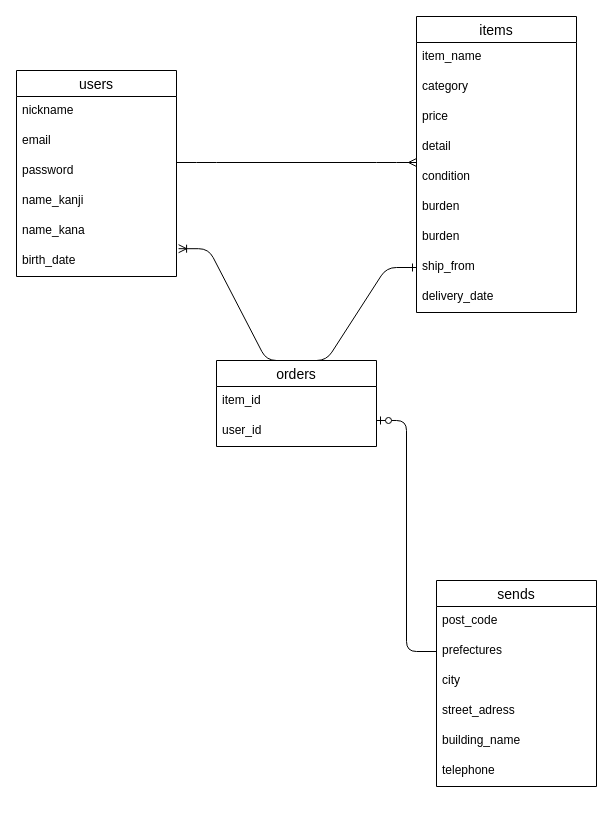
Before: er.dio in kamonaoki/furima-41005, a draw.io diagram. Source tidied: cells renumbered, new cells numbered last; positions are measured from the earlier drawing's top-left corner, leaving out a move shared by most shapes. Both pictures are drawn from the tidied source at 100%, with x=0, y=0 at pixel (16, 16).
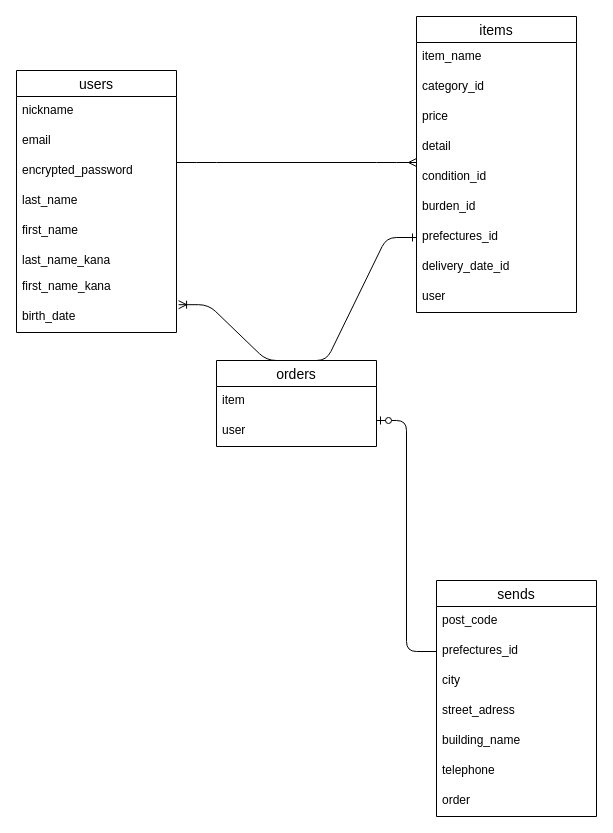
After the change.

The change refers to these unchanged cells:
```xml
<mxCell id="9" value="items" style="swimlane;fontStyle=0;horizontal=1;startSize=26;align=center;fontSize=14;" parent="1" vertex="1">
  <mxGeometry x="400" width="160" height="296" as="geometry" />
</mxCell>
<mxCell id="19" value="orders" style="swimlane;fontStyle=0;horizontal=1;startSize=26;align=center;fontSize=14;" parent="1" vertex="1">
  <mxGeometry x="200" y="344" width="160" height="86" as="geometry" />
</mxCell>
```

What changed in the source:
```diff
@@
     <mxCell id="2" value="users" style="swimlane;fontStyle=0;horizontal=1;startSize=26;align=center;fontSize=14;" parent="1" vertex="1">
-      <mxGeometry y="54" width="160" height="206" as="geometry" />
+      <mxGeometry y="54" width="160" height="262" as="geometry" />
     </mxCell>
@@
-    <mxCell id="5" value="password" style="text;strokeColor=none;fillColor=none;spacingLeft=4;spacingRight=4;overflow=hidden;fontSize=12;" parent="2" vertex="1">
+    <mxCell id="5" value="encrypted_password" style="text;strokeColor=none;fillColor=none;spacingLeft=4;spacingRight=4;overflow=hidden;fontSize=12;" parent="2" vertex="1">
       <mxGeometry y="86" width="160" height="30" as="geometry" />
     </mxCell>
+    <mxCell id="33" value="last_name" style="text;strokeColor=none;fillColor=none;spacingLeft=4;spacingRight=4;overflow=hidden;fontSize=12;" parent="2" vertex="1">
+      <mxGeometry y="116" width="160" height="30" as="geometry" />
+    </mxCell>
+    <mxCell id="34" value="first_name" style="text;strokeColor=none;fillColor=none;spacingLeft=4;spacingRight=4;overflow=hidden;fontSize=12;" parent="2" vertex="1">
+      <mxGeometry y="146" width="160" height="30" as="geometry" />
+    </mxCell>
-    <mxCell id="6" value="name_kanji" style="text;strokeColor=none;fillColor=none;spacingLeft=4;spacingRight=4;overflow=hidden;fontSize=12;" parent="2" vertex="1">
-      <mxGeometry y="116" width="160" height="30" as="geometry" />
+    <mxCell id="6" value="last_name_kana" style="text;strokeColor=none;fillColor=none;spacingLeft=4;spacingRight=4;overflow=hidden;fontSize=12;" parent="2" vertex="1">
+      <mxGeometry y="176" width="160" height="26" as="geometry" />
     </mxCell>
-    <mxCell id="7" value="name_kana" style="text;strokeColor=none;fillColor=none;spacingLeft=4;spacingRight=4;overflow=hidden;fontSize=12;" parent="2" vertex="1">
-      <mxGeometry y="146" width="160" height="30" as="geometry" />
+    <mxCell id="7" value="first_name_kana" style="text;strokeColor=none;fillColor=none;spacingLeft=4;spacingRight=4;overflow=hidden;fontSize=12;" parent="2" vertex="1">
+      <mxGeometry y="202" width="160" height="30" as="geometry" />
     </mxCell>
     <mxCell id="8" value="birth_date" style="text;strokeColor=none;fillColor=none;spacingLeft=4;spacingRight=4;overflow=hidden;points=[[0,0.5],[1,0.5]];portConstraint=eastwest;fontSize=12;" parent="2" vertex="1">
-      <mxGeometry y="176" width="160" height="30" as="geometry" />
+      <mxGeometry y="232" width="160" height="30" as="geometry" />
     </mxCell>
@@
-    <mxCell id="11" value="category" style="text;strokeColor=none;fillColor=none;spacingLeft=4;spacingRight=4;overflow=hidden;fontSize=12;" parent="9" vertex="1">
+    <mxCell id="11" value="category_id" style="text;strokeColor=none;fillColor=none;spacingLeft=4;spacingRight=4;overflow=hidden;fontSize=12;" parent="9" vertex="1">
       <mxGeometry y="56" width="160" height="30" as="geometry" />
     </mxCell>
@@
-    <mxCell id="14" value="condition" style="text;strokeColor=none;fillColor=none;spacingLeft=4;spacingRight=4;overflow=hidden;points=[[0,0.5],[1,0.5]];portConstraint=eastwest;fontSize=12;" parent="9" vertex="1">
+    <mxCell id="14" value="condition_id" style="text;strokeColor=none;fillColor=none;spacingLeft=4;spacingRight=4;overflow=hidden;points=[[0,0.5],[1,0.5]];portConstraint=eastwest;fontSize=12;" parent="9" vertex="1">
       <mxGeometry y="146" width="160" height="30" as="geometry" />
     </mxCell>
-    <mxCell id="15" value="burden" style="text;strokeColor=none;fillColor=none;spacingLeft=4;spacingRight=4;overflow=hidden;fontSize=12;" parent="9" vertex="1">
-      <mxGeometry y="176" width="160" height="30" as="geometry" />
-    </mxCell>
-    <mxCell id="16" value="burden" style="text;strokeColor=none;fillColor=none;spacingLeft=4;spacingRight=4;overflow=hidden;fontSize=12;" parent="9" vertex="1">
-      <mxGeometry y="206" width="160" height="30" as="geometry" />
+    <mxCell id="16" value="burden_id" style="text;strokeColor=none;fillColor=none;spacingLeft=4;spacingRight=4;overflow=hidden;fontSize=12;" parent="9" vertex="1">
+      <mxGeometry y="176" width="160" height="30" as="geometry" />
     </mxCell>
-    <mxCell id="17" value="ship_from" style="text;strokeColor=none;fillColor=none;spacingLeft=4;spacingRight=4;overflow=hidden;points=[[0,0.5],[1,0.5]];portConstraint=eastwest;fontSize=12;" parent="9" vertex="1">
-      <mxGeometry y="236" width="160" height="30" as="geometry" />
+    <mxCell id="17" value="prefectures_id" style="text;strokeColor=none;fillColor=none;spacingLeft=4;spacingRight=4;overflow=hidden;points=[[0,0.5],[1,0.5]];portConstraint=eastwest;fontSize=12;" parent="9" vertex="1">
+      <mxGeometry y="206" width="160" height="30" as="geometry" />
     </mxCell>
-    <mxCell id="18" value="delivery_date" style="text;strokeColor=none;fillColor=none;spacingLeft=4;spacingRight=4;overflow=hidden;fontSize=12;" parent="9" vertex="1">
-      <mxGeometry y="266" width="160" height="30" as="geometry" />
+    <mxCell id="18" value="delivery_date_id" style="text;strokeColor=none;fillColor=none;spacingLeft=4;spacingRight=4;overflow=hidden;fontSize=12;" parent="9" vertex="1">
+      <mxGeometry y="236" width="160" height="30" as="geometry" />
     </mxCell>
+    <mxCell id="15" value="user" style="text;strokeColor=none;fillColor=none;spacingLeft=4;spacingRight=4;overflow=hidden;fontSize=12;" parent="9" vertex="1">
+      <mxGeometry y="266" width="160" height="30" as="geometry" />
+    </mxCell>
@@
-    <mxCell id="20" value="item_id" style="text;strokeColor=none;fillColor=none;spacingLeft=4;spacingRight=4;overflow=hidden;fontSize=12;" parent="19" vertex="1">
+    <mxCell id="20" value="item" style="text;strokeColor=none;fillColor=none;spacingLeft=4;spacingRight=4;overflow=hidden;fontSize=12;" parent="19" vertex="1">
       <mxGeometry y="26" width="160" height="30" as="geometry" />
     </mxCell>
-    <mxCell id="21" value="user_id" style="text;strokeColor=none;fillColor=none;spacingLeft=4;spacingRight=4;overflow=hidden;points=[[0,0.5],[1,0.5]];portConstraint=eastwest;fontSize=12;" parent="19" vertex="1">
+    <mxCell id="21" value="user" style="text;strokeColor=none;fillColor=none;spacingLeft=4;spacingRight=4;overflow=hidden;points=[[0,0.5],[1,0.5]];portConstraint=eastwest;fontSize=12;" parent="19" vertex="1">
       <mxGeometry y="56" width="160" height="30" as="geometry" />
     </mxCell>
     <mxCell id="22" value="sends" style="swimlane;fontStyle=0;horizontal=1;startSize=26;align=center;fontSize=14;" parent="1" vertex="1">
-      <mxGeometry x="420" y="564" width="160" height="206" as="geometry" />
+      <mxGeometry x="420" y="564" width="160" height="236" as="geometry" />
     </mxCell>
@@
-    <mxCell id="24" value="prefectures" style="text;strokeColor=none;fillColor=none;spacingLeft=4;spacingRight=4;overflow=hidden;points=[[0,0.5],[1,0.5]];portConstraint=eastwest;fontSize=12;" parent="22" vertex="1">
+    <mxCell id="24" value="prefectures_id" style="text;strokeColor=none;fillColor=none;spacingLeft=4;spacingRight=4;overflow=hidden;points=[[0,0.5],[1,0.5]];portConstraint=eastwest;fontSize=12;" parent="22" vertex="1">
       <mxGeometry y="56" width="160" height="30" as="geometry" />
     </mxCell>
@@
+    <mxCell id="35" value="order" style="text;strokeColor=none;fillColor=none;spacingLeft=4;spacingRight=4;overflow=hidden;fontSize=12;" parent="22" vertex="1">
+      <mxGeometry y="206" width="160" height="30" as="geometry" />
+    </mxCell>
```
